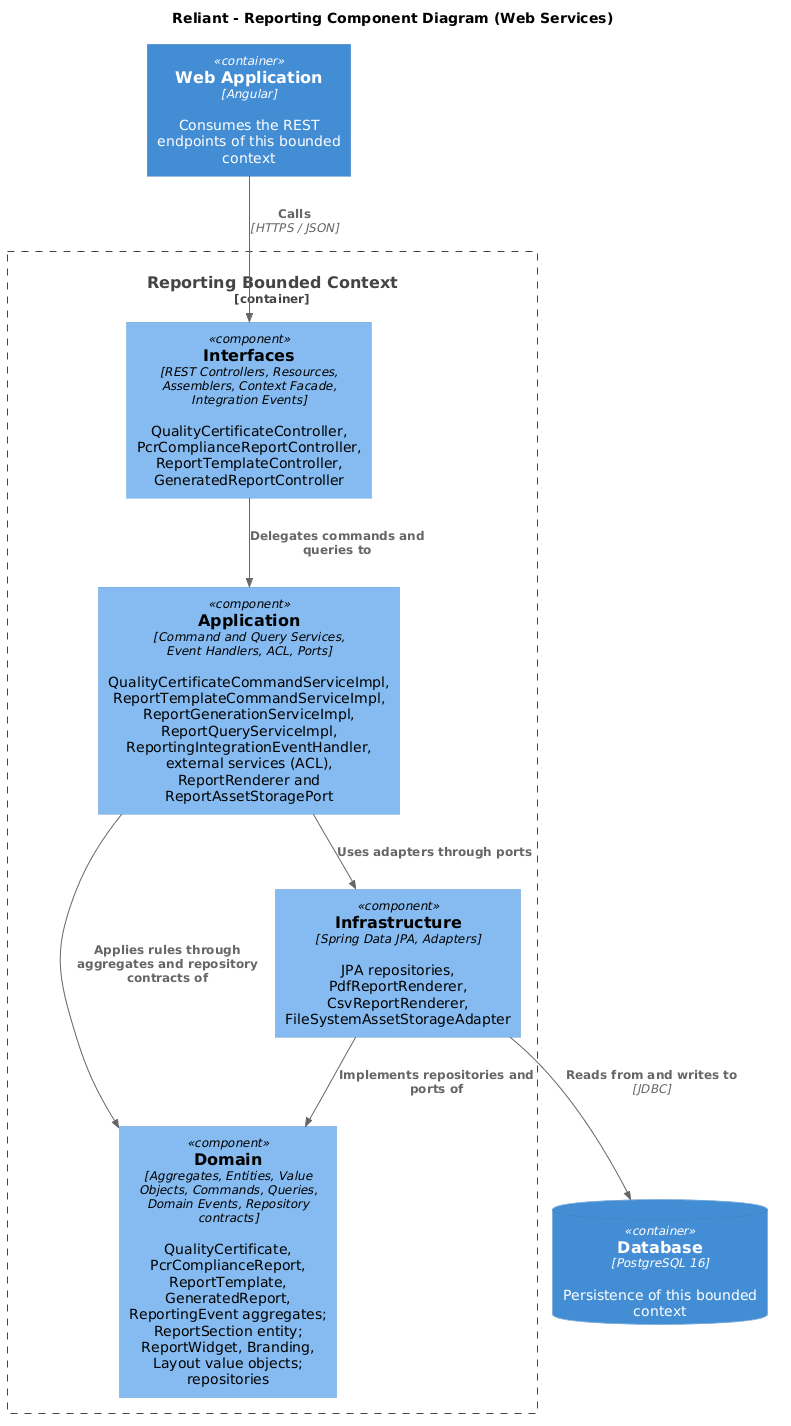
upc-pre-202620-1asi0729-7753-innovacorp/reliant-report keeps this PlantUML diagram as assets/img/4.chapter-iv/4.6.domain-driven-software-architecture/4.6.4.software-architecture-components-diagrams/reliant-c4-components-reporting-web-services.png. Above is the earlier version. Source of this version:
```plantuml
@startuml
!includeurl https://raw.githubusercontent.com/plantuml-stdlib/C4-PlantUML/master/C4_Component.puml

title Reliant - Reporting Component Diagram (Web Services)

Container(webapp, "Web Application", "Angular", "Consumes the REST endpoints of this bounded context")
ContainerDb(db, "Database", "PostgreSQL 16", "Persistence of this bounded context")

Container_Boundary(bc, "Reporting Bounded Context") {
    Component(interfaces, "Interfaces", "REST Controllers, Resources, Assemblers, Context Facade, Integration Events", "QualityCertificateController, PcrComplianceReportController, ReportTemplateController, GeneratedReportController")
    Component(application, "Application", "Command and Query Services, Event Handlers, ACL, Ports", "QualityCertificateCommandServiceImpl, ReportTemplateCommandServiceImpl, ReportGenerationServiceImpl, ReportQueryServiceImpl, ReportingIntegrationEventHandler, external services (ACL), ReportRenderer and ReportAssetStoragePort")
    Component(domain, "Domain", "Aggregates, Entities, Value Objects, Commands, Queries, Domain Events, Repository contracts", "QualityCertificate, PcrComplianceReport, ReportTemplate, GeneratedReport, ReportingEvent aggregates; ReportSection entity; ReportWidget, Branding, Layout value objects; repositories")
    Component(infrastructure, "Infrastructure", "Spring Data JPA, Adapters", "JPA repositories, PdfReportRenderer, CsvReportRenderer, FileSystemAssetStorageAdapter")
}

Rel(webapp, interfaces, "Calls", "HTTPS / JSON")
Rel(interfaces, application, "Delegates commands and queries to")
Rel(application, domain, "Applies rules through aggregates and repository contracts of")
Rel(infrastructure, domain, "Implements repositories and ports of")
Rel(application, infrastructure, "Uses adapters through ports")
Rel(infrastructure, db, "Reads from and writes to", "JDBC")
@enduml
```
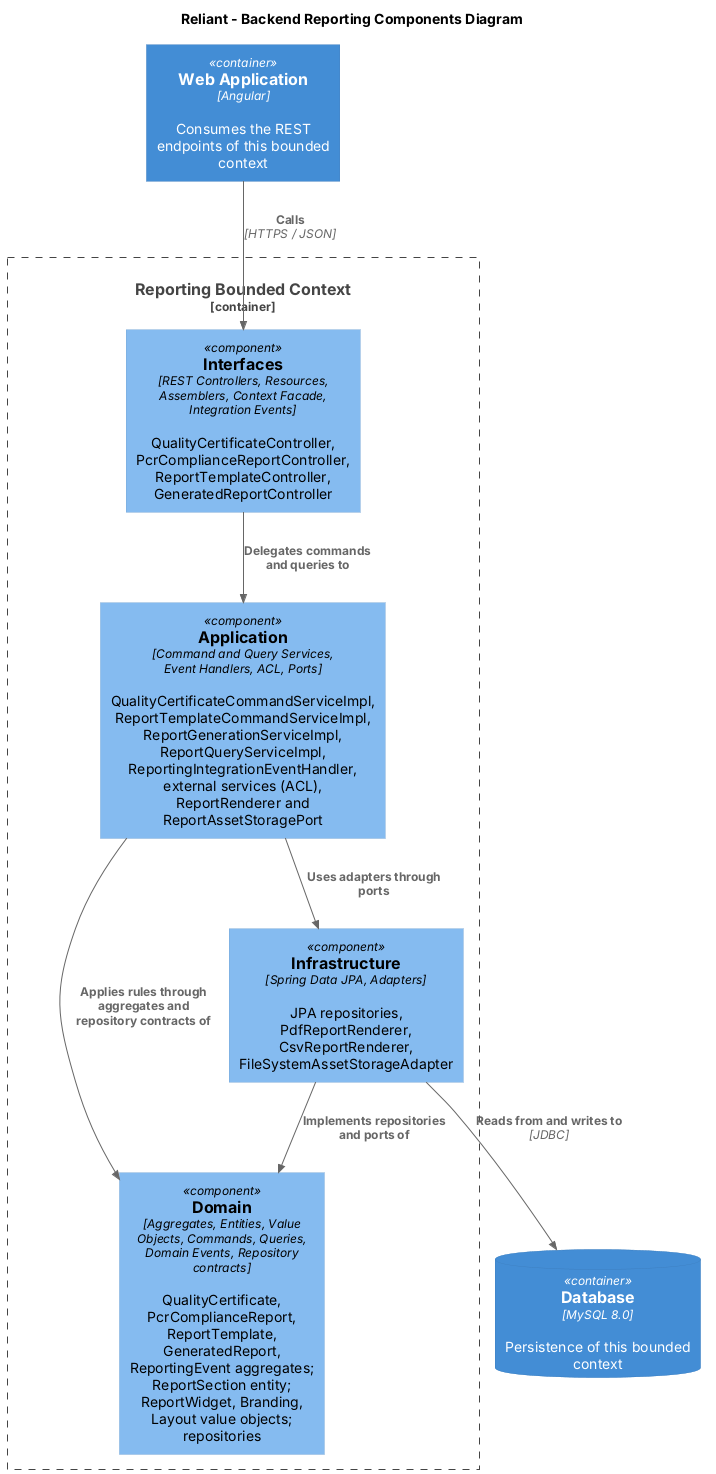
The same diagram one commit later.

What changed in the source:
```diff
@@ -1,10 +1,10 @@
-@startuml
+@startuml "Components-Reporting"
 !includeurl https://raw.githubusercontent.com/plantuml-stdlib/C4-PlantUML/master/C4_Component.puml
 
-title Reliant - Reporting Component Diagram (Web Services)
+title Reliant - Backend Reporting Components Diagram
 
 Container(webapp, "Web Application", "Angular", "Consumes the REST endpoints of this bounded context")
-ContainerDb(db, "Database", "PostgreSQL 16", "Persistence of this bounded context")
+ContainerDb(db, "Database", "MySQL 8.0", "Persistence of this bounded context")
 
 Container_Boundary(bc, "Reporting Bounded Context") {
     Component(interfaces, "Interfaces", "REST Controllers, Resources, Assemblers, Context Facade, Integration Events", "QualityCertificateController, PcrComplianceReportController, ReportTemplateController, GeneratedReportController")
```
